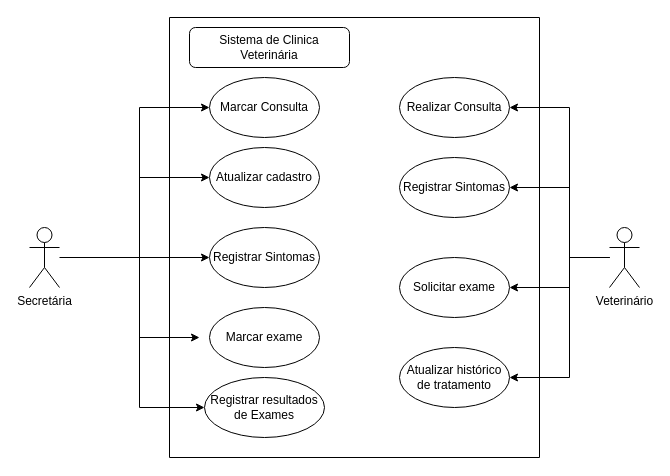
Earlier version of the draw.io diagram ClinicaVeterinaria.drawio (arthurvignati/softwareEngineering). Source tidied: cells renumbered, new cells numbered last; positions are measured from the earlier drawing's top-left corner, leaving out a move shared by most shapes. Both pictures are drawn from the tidied source at 100%, with x=0, y=0 at pixel (29, 17).
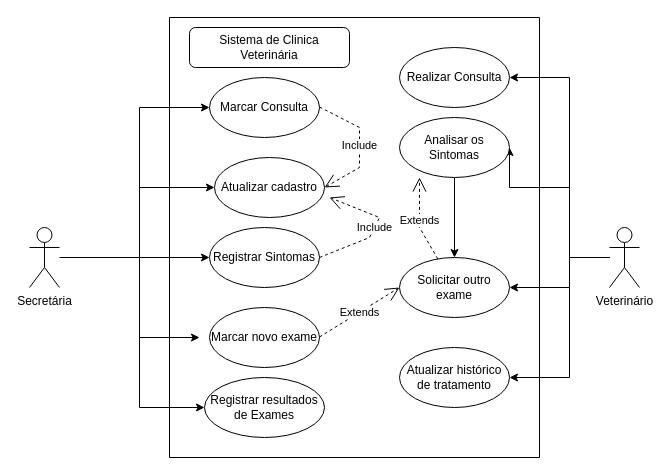
Above is the later version.

The change refers to these unchanged cells:
```xml
<mxCell id="12" value="Veterinário" style="shape=umlActor;verticalLabelPosition=bottom;verticalAlign=top;html=1;outlineConnect=0;" parent="1" vertex="1">
  <mxGeometry x="580" y="210" width="30" height="60" as="geometry" />
</mxCell>
<mxCell id="15" value="Registrar Sintomas" style="ellipse;whiteSpace=wrap;html=1;" parent="1" vertex="1">
  <mxGeometry x="180" y="210" width="110" height="60" as="geometry" />
</mxCell>
```

Change to the diagram source:
```diff
@@
     <mxCell id="3" style="edgeStyle=orthogonalEdgeStyle;rounded=0;jettySize=auto;html=1;" parent="1" edge="1" target="17">
       <mxGeometry relative="1" as="geometry">
         <mxPoint x="60" y="240" as="sourcePoint" />
         <Array as="points">
           <mxPoint x="110" y="240" />
-          <mxPoint x="110" y="160" />
+          <mxPoint x="110" y="170" />
         </Array>
       </mxGeometry>
     </mxCell>
@@
     <mxCell id="8" style="edgeStyle=orthogonalEdgeStyle;rounded=0;jettySize=auto;html=1;entryX=1;entryY=0.5;entryDx=0;entryDy=0;" parent="1" edge="1" source="12" target="14">
       <mxGeometry relative="1" as="geometry">
         <Array as="points">
           <mxPoint x="540" y="240" />
-          <mxPoint x="540" y="90" />
+          <mxPoint x="540" y="60" />
         </Array>
       </mxGeometry>
     </mxCell>
@@
     <mxCell id="14" value="Realizar Consulta" style="ellipse;whiteSpace=wrap;html=1;" parent="1" vertex="1">
-      <mxGeometry x="370" y="60" width="110" height="60" as="geometry" />
+      <mxGeometry x="370" y="30" width="110" height="60" as="geometry" />
     </mxCell>
@@
-    <mxCell id="16" value="Marcar exame" style="ellipse;whiteSpace=wrap;html=1;" parent="1" vertex="1">
+    <mxCell id="16" value="Marcar novo exame" style="ellipse;whiteSpace=wrap;html=1;" parent="1" vertex="1">
       <mxGeometry x="180" y="290" width="110" height="60" as="geometry" />
     </mxCell>
     <mxCell id="17" value="Atualizar cadastro" style="ellipse;whiteSpace=wrap;html=1;" parent="1" vertex="1">
-      <mxGeometry x="180" y="130" width="110" height="60" as="geometry" />
+      <mxGeometry x="185" y="140" width="110" height="60" as="geometry" />
     </mxCell>
@@
+    <mxCell id="27" style="edgeStyle=orthogonalEdgeStyle;rounded=0;jettySize=auto;html=1;" parent="1" edge="1" source="19" target="20">
+      <mxGeometry relative="1" as="geometry" />
+    </mxCell>
-    <mxCell id="19" value="Registrar Sintomas" style="ellipse;whiteSpace=wrap;html=1;" parent="1" vertex="1">
-      <mxGeometry x="370" y="140" width="110" height="60" as="geometry" />
+    <mxCell id="19" value="Analisar os Sintomas" style="ellipse;whiteSpace=wrap;html=1;" parent="1" vertex="1">
+      <mxGeometry x="370" y="100" width="110" height="60" as="geometry" />
     </mxCell>
-    <mxCell id="20" value="Solicitar exame" style="ellipse;whiteSpace=wrap;html=1;" parent="1" vertex="1">
+    <mxCell id="20" value="Solicitar outro exame" style="ellipse;whiteSpace=wrap;html=1;" parent="1" vertex="1">
       <mxGeometry x="370" y="240" width="110" height="60" as="geometry" />
     </mxCell>
@@
+    <mxCell id="28" value="Include" style="endArrow=open;endSize=12;dashed=1;html=1;rounded=0;entryX=1;entryY=0.5;entryDx=0;entryDy=0;" parent="1" edge="1" target="17">
+      <mxGeometry relative="1" as="geometry">
+        <mxPoint x="290" y="89.5" as="sourcePoint" />
+        <Array as="points">
+          <mxPoint x="330" y="110" />
+          <mxPoint x="330" y="150" />
+        </Array>
+      </mxGeometry>
+    </mxCell>
+    <mxCell id="29" value="Extends" style="endArrow=open;endSize=12;dashed=1;html=1;rounded=0;entryX=0;entryY=0.5;entryDx=0;entryDy=0;" parent="1" edge="1" target="20">
+      <mxGeometry relative="1" as="geometry">
+        <mxPoint x="290" y="319.5" as="sourcePoint" />
+      </mxGeometry>
+    </mxCell>
+    <mxCell id="30" value="Include" style="endArrow=open;endSize=12;dashed=1;html=1;rounded=0;exitX=1;exitY=0.5;exitDx=0;exitDy=0;" parent="1" edge="1" source="15">
+      <mxGeometry relative="1" as="geometry">
+        <mxPoint x="300" y="180" as="targetPoint" />
+        <Array as="points">
+          <mxPoint x="340" y="220" />
+          <mxPoint x="350" y="200" />
+        </Array>
+      </mxGeometry>
+    </mxCell>
+    <mxCell id="31" value="Extends" style="endArrow=open;endSize=12;dashed=1;html=1;rounded=0;entryX=0.182;entryY=1;entryDx=0;entryDy=0;entryPerimeter=0;" parent="1" edge="1" source="20" target="19">
+      <mxGeometry relative="1" as="geometry">
+        <Array as="points">
+          <mxPoint x="390" y="210" />
+        </Array>
+      </mxGeometry>
+    </mxCell>
```
